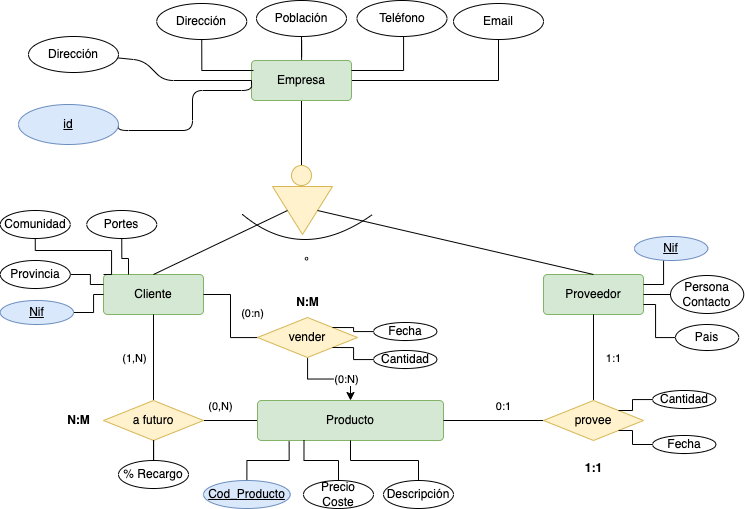
Above: Primero/BAE/UNIDAD-2/tareas-entregables/tarea4/img/empresa.drawio.png in jpexposito/docencia (draw.io), before the change. Source tidied: cells renumbered, new cells last; positions are measured from the earlier drawing's top-left corner, leaving out a move shared by most shapes.
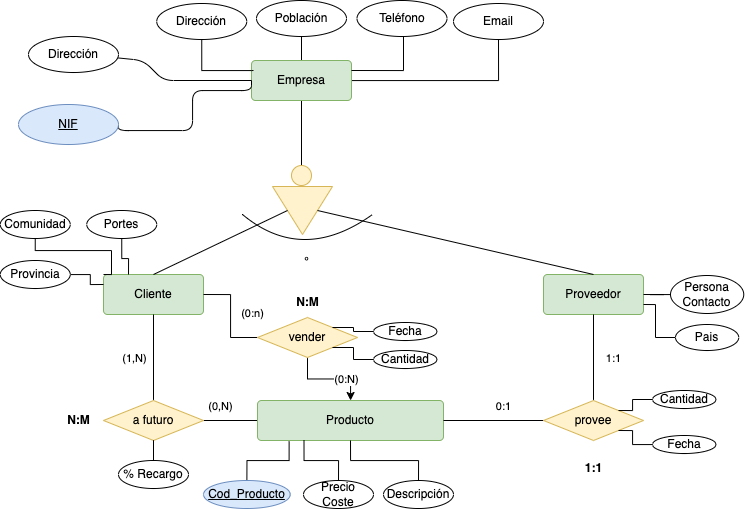
Above is the later version.

Commit message:
Se corrige el nif

Diff of the diagram source:
```diff
@@ -101,26 +101,12 @@
     <mxCell id="25" value="Portes" style="ellipse;whiteSpace=wrap;html=1;align=center;" parent="1" vertex="1">
       <mxGeometry x="86.2" y="210" width="70" height="28" as="geometry" />
     </mxCell>
-    <mxCell id="26" style="edgeStyle=orthogonalEdgeStyle;rounded=0;jettySize=auto;html=1;entryX=0;entryY=0.5;entryDx=0;entryDy=0;endArrow=none;endFill=0;" parent="1" edge="1" source="27" target="6">
-      <mxGeometry relative="1" as="geometry" />
-    </mxCell>
-    <mxCell id="27" value="Nif" style="ellipse;whiteSpace=wrap;html=1;align=center;fontStyle=4;fillColor=#dae8fc;strokeColor=#6c8ebf;" parent="1" vertex="1">
-      <mxGeometry x="-0.2" y="300" width="73.2" height="24" as="geometry" />
-    </mxCell>
     <mxCell id="28" style="edgeStyle=orthogonalEdgeStyle;rounded=0;jettySize=auto;html=1;entryX=1;entryY=0.5;entryDx=0;entryDy=0;endArrow=none;endFill=0;" parent="1" edge="1" source="29" target="7">
       <mxGeometry relative="1" as="geometry" />
     </mxCell>
     <mxCell id="29" value="Persona Contacto" style="ellipse;whiteSpace=wrap;html=1;align=center;" parent="1" vertex="1">
       <mxGeometry x="670" y="275" width="73.2" height="38" as="geometry" />
     </mxCell>
-    <mxCell id="30" style="edgeStyle=orthogonalEdgeStyle;rounded=0;jettySize=auto;html=1;entryX=1;entryY=0.25;entryDx=0;entryDy=0;endArrow=none;endFill=0;" parent="1" edge="1" target="7">
-      <mxGeometry relative="1" as="geometry">
-        <mxPoint x="683" y="248" as="sourcePoint" />
-      </mxGeometry>
-    </mxCell>
-    <mxCell id="31" value="Nif" style="ellipse;whiteSpace=wrap;html=1;align=center;fontStyle=4;fillColor=#dae8fc;strokeColor=#6c8ebf;" parent="1" vertex="1">
-      <mxGeometry x="634" y="236" width="73.2" height="24" as="geometry" />
-    </mxCell>
     <mxCell id="32" style="edgeStyle=orthogonalEdgeStyle;rounded=0;jettySize=auto;html=1;entryX=1;entryY=0.75;entryDx=0;entryDy=0;endArrow=none;endFill=0;" parent="1" edge="1" source="33" target="7">
       <mxGeometry relative="1" as="geometry" />
     </mxCell>
@@ -244,7 +230,7 @@
     <mxCell id="68" value="&lt;b&gt;1:1&lt;/b&gt;" style="text;html=1;align=center;verticalAlign=middle;strokeColor=none;fillColor=none;" parent="1" vertex="1">
       <mxGeometry x="573" y="453" width="40" height="30" as="geometry" />
     </mxCell>
-    <mxCell id="69" value="id" style="ellipse;whiteSpace=wrap;html=1;align=center;fontStyle=4;fillColor=#dae8fc;strokeColor=#6c8ebf;" parent="1" vertex="1">
+    <mxCell id="69" value="NIF" style="ellipse;whiteSpace=wrap;html=1;align=center;fontStyle=4;fillColor=#dae8fc;strokeColor=#6c8ebf;" parent="1" vertex="1">
       <mxGeometry x="18" y="104" width="100" height="40" as="geometry" />
     </mxCell>
     <mxCell id="70" style="html=1;entryX=0;entryY=0.5;entryDx=0;entryDy=0;startArrow=none;startFill=0;endArrow=none;endFill=0;" parent="1" edge="1" source="71" target="5">
```
